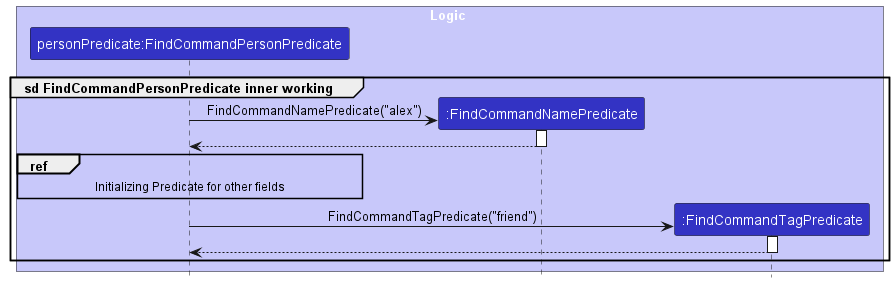
Earlier version of the PlantUML export docs/images/PersonPredicateSequenceDiagram.png (nus-cs2103-AY2223S2/tp).
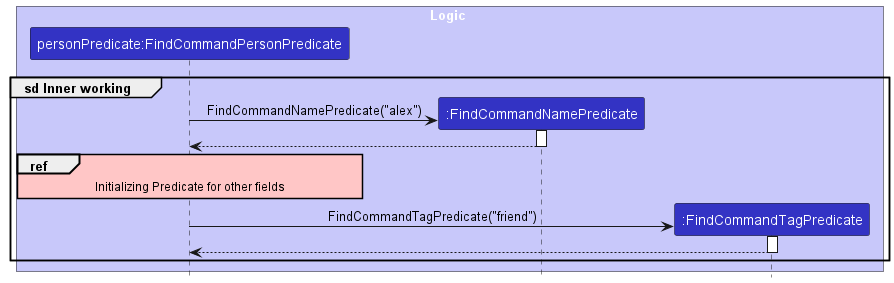
The same diagram one commit later.

Change to the diagram source:
```diff
@@ -7,8 +7,10 @@
 participant ":FindCommandTagPredicate" as FindCommandTagPredicate LOGIC_COLOR
 end box
 
-group sd FindCommandPersonPredicate inner working
-    create FindCommandNamePredicate
+skinparam sequenceReferenceBackgroundColor #FFC6C6
+
+create FindCommandNamePredicate
+group sd Inner working
     FindCommandPersonPredicate-> FindCommandNamePredicate : FindCommandNamePredicate("alex")
     activate FindCommandNamePredicate
 
```
